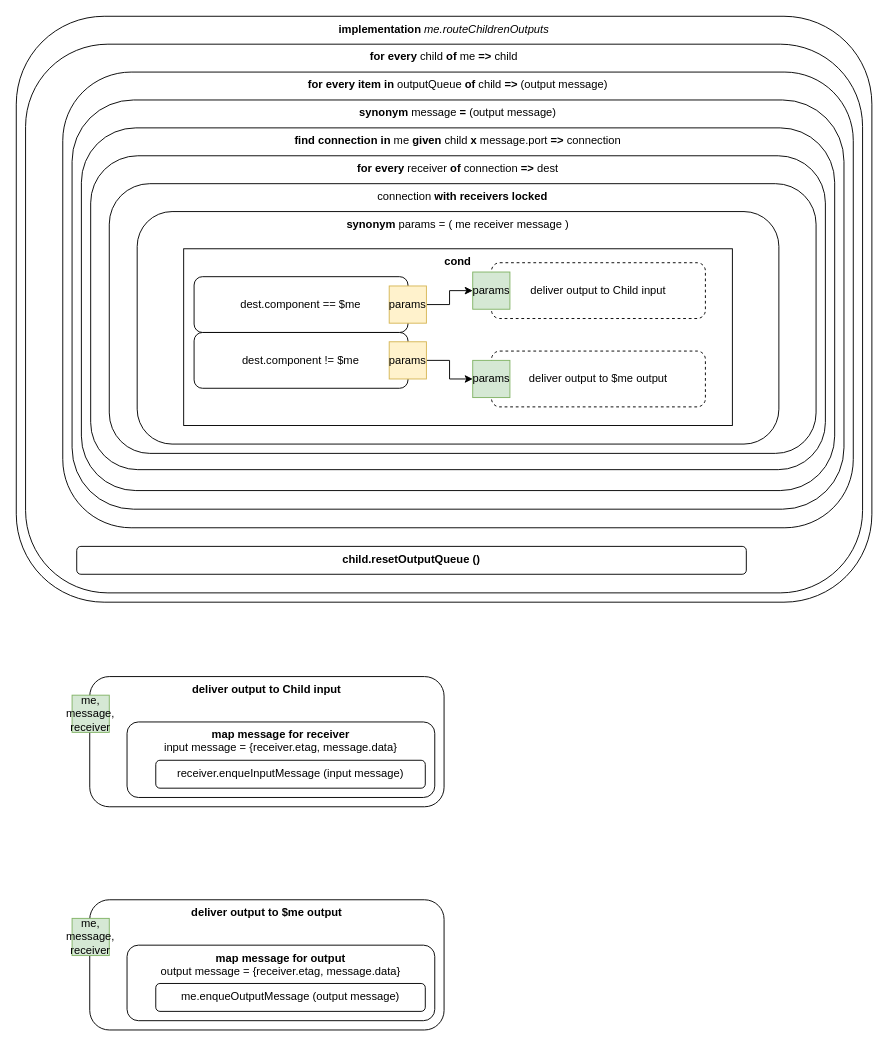
Before: page "Output Routing - Containers" (6 of 10) of byte level data structures.drawio in guitarvydas/duct, a draw.io diagram. Source tidied: cells renumbered, new cells numbered last; positions are measured from the earlier drawing's top-left corner, leaving out a move shared by most shapes. Both pictures are drawn from the tidied source at 93%, with x=0, y=0 at pixel (16, 16).
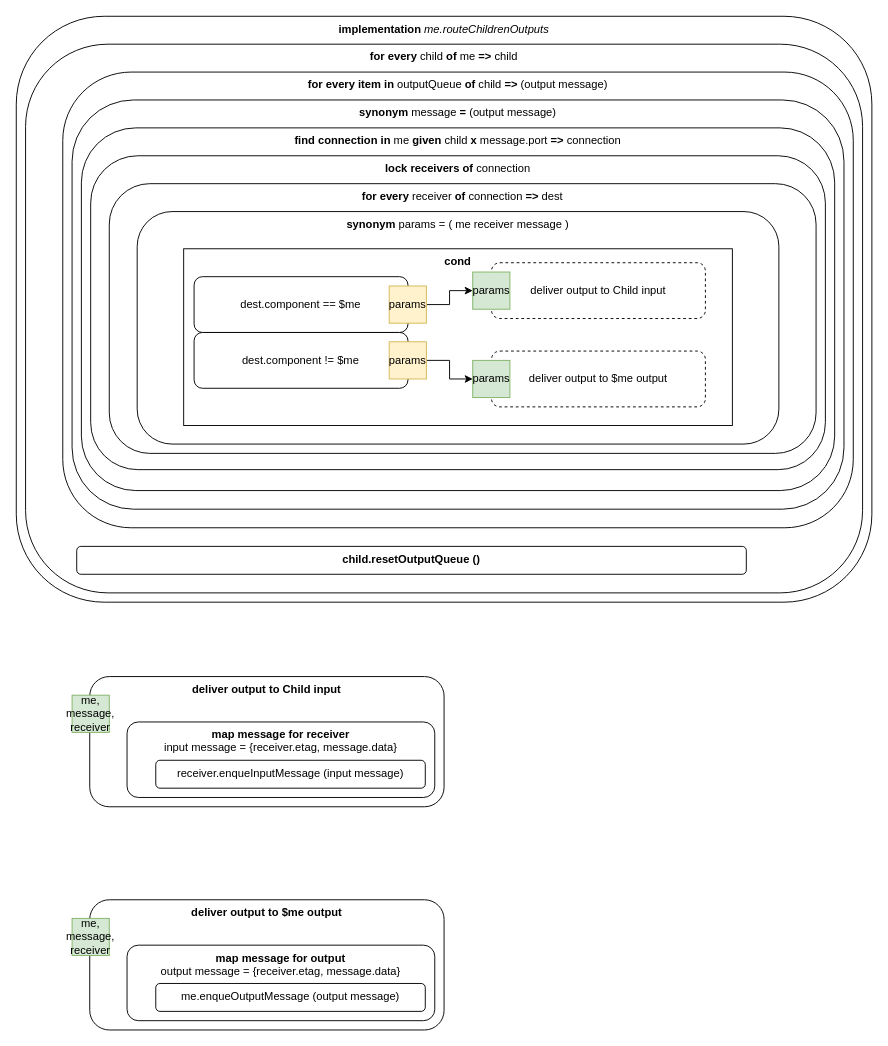
The same page after the edit.

Commit message (it also covers changes not shown here):
identity when, find connection, fetch

The edit, as a diff of the source:
```diff
@@
-    <mxCell id="7" value="&lt;b&gt;for every&lt;/b&gt; receiver &lt;b&gt;of&lt;/b&gt; connection &lt;b&gt;=&amp;gt;&lt;/b&gt; dest" style="rounded=1;whiteSpace=wrap;html=1;verticalAlign=top;" parent="1" vertex="1">
+    <mxCell id="7" value="&lt;b&gt;lock receivers of &lt;/b&gt;connection" style="rounded=1;whiteSpace=wrap;html=1;verticalAlign=top;" parent="1" vertex="1">
       <mxGeometry x="80" y="150" width="790" height="337.5" as="geometry" />
     </mxCell>
-    <mxCell id="8" value="connection&lt;b&gt; with receivers locked&lt;/b&gt;" style="rounded=1;whiteSpace=wrap;html=1;verticalAlign=top;" parent="1" vertex="1">
+    <mxCell id="8" value="&lt;b&gt;for every&lt;/b&gt;&amp;nbsp;receiver&amp;nbsp;&lt;b&gt;of&lt;/b&gt;&amp;nbsp;connection&amp;nbsp;&lt;b&gt;=&amp;gt;&lt;/b&gt;&amp;nbsp;dest" style="rounded=1;whiteSpace=wrap;html=1;verticalAlign=top;" parent="1" vertex="1">
       <mxGeometry x="100" y="180" width="760" height="290" as="geometry" />
     </mxCell>
```
